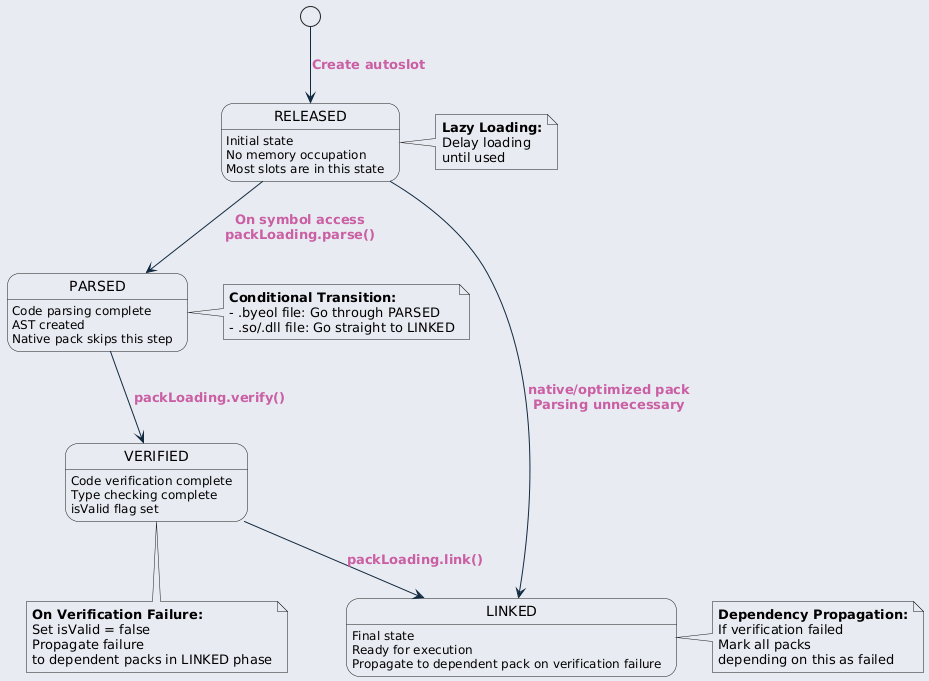
Before: ref/generated/ko/inline_umlgraph_31.png, a diagram exported from PlantUML (byeolang/website).
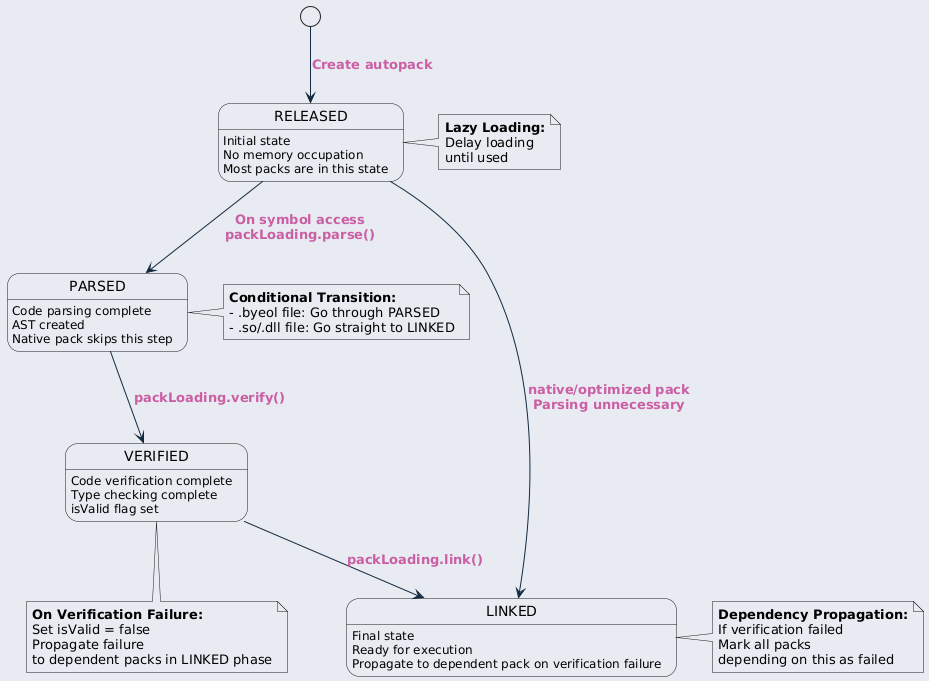
Later version of the same file.

What changed in the source:
```diff
@@ -23,12 +23,12 @@
     }
 }
 </style>
-[*] --> RELEASED : Create autoslot
+[*] --> RELEASED : Create autopack
 
 state RELEASED {
     RELEASED : Initial state
     RELEASED : No memory occupation
-    RELEASED : Most slots are in this state
+    RELEASED : Most packs are in this state
 }
 
 state PARSED {
```
